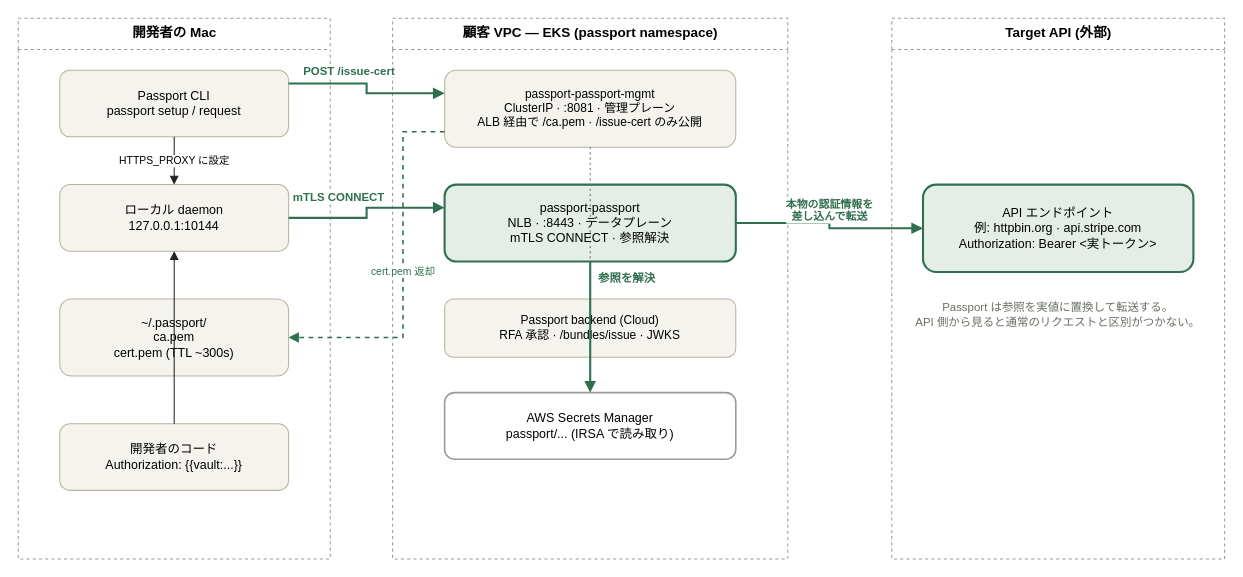
The draw.io diagram assets/architecture.drawio in yokawasa/passport-aws-sandbox, before the edit. Source tidied: cells renumbered, new cells numbered last; positions are measured from the earlier drawing's top-left corner, leaving out a move shared by most shapes. Both pictures are drawn from the tidied source at 104%, with x=0, y=0 at pixel (18, 18).
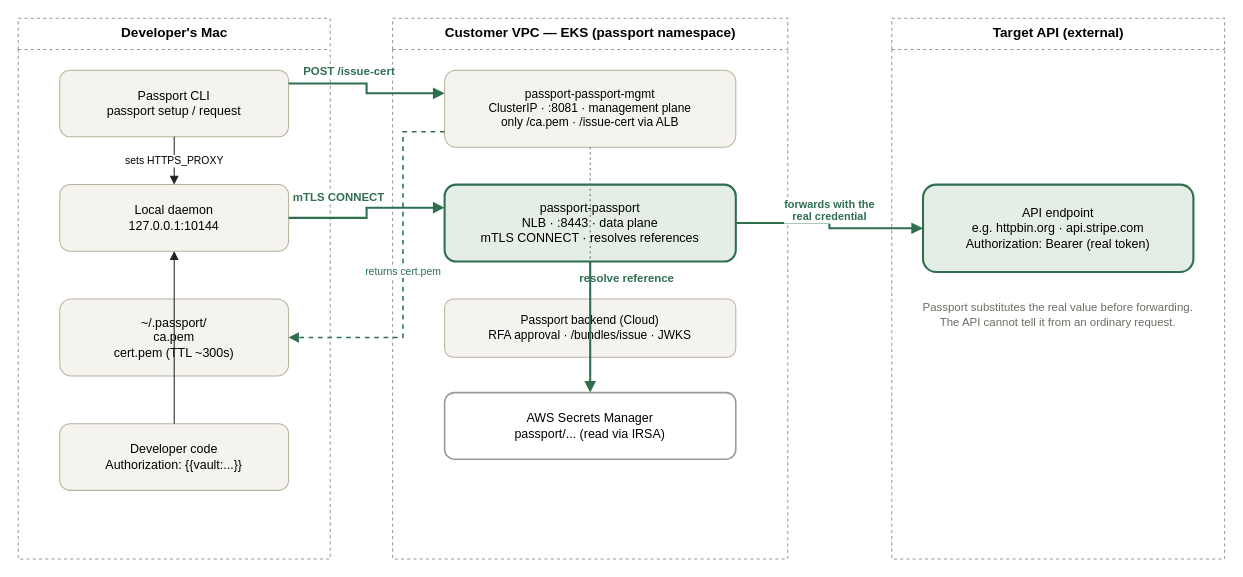
Above is the later version.

Commit message (it also covers changes not shown here):
docs: translate the architecture diagram to English

All node and edge labels in architecture.drawio were Japanese, so the
English README embedded a Japanese diagram. Translate them and re-export
the PNG.

"Authorization: Bearer <real token>" is written with parentheses rather
than angle brackets: drawio treats &lt;...&gt; in a label as markup and
drops it, which silently truncated the line in the export.

Unchanged cells that the change refers to:
```xml
<mxCell id="3" value="Passport CLI&#10;passport setup / request" style="rounded=1;whiteSpace=wrap;html=1;fillColor=#f5f3ee;strokeColor=#b9b29f;fontSize=12;align=center;" parent="2" vertex="1">
  <mxGeometry x="40" y="50" width="220" height="64" as="geometry" />
</mxCell>
<mxCell id="5" value="~/.passport/&#10;ca.pem&#10;cert.pem (TTL ~300s)" style="rounded=1;whiteSpace=wrap;html=1;fillColor=#f5f3ee;strokeColor=#b9b29f;fontSize=12;align=center;" parent="2" vertex="1">
  <mxGeometry x="40" y="270" width="220" height="74" as="geometry" />
</mxCell>
```

The edit, as a diff of the source:
```diff
@@
-    <mxCell id="2" value="開発者の Mac" style="swimlane;startSize=30;fillColor=none;strokeColor=#999999;dashed=1;fontStyle=1;fontSize=13;align=center;verticalAlign=top;html=1;" parent="1" vertex="1">
+    <mxCell id="2" value="Developer's Mac" style="swimlane;startSize=30;fillColor=none;strokeColor=#999999;dashed=1;fontStyle=1;fontSize=13;align=center;verticalAlign=top;html=1;" parent="1" vertex="1">
       <mxGeometry width="300" height="520" as="geometry" />
     </mxCell>
@@
-    <mxCell id="4" value="ローカル daemon&#10;127.0.0.1:10144" style="rounded=1;whiteSpace=wrap;html=1;fillColor=#f5f3ee;strokeColor=#b9b29f;fontSize=12;align=center;" parent="2" vertex="1">
+    <mxCell id="4" value="Local daemon&#10;127.0.0.1:10144" style="rounded=1;whiteSpace=wrap;html=1;fillColor=#f5f3ee;strokeColor=#b9b29f;fontSize=12;align=center;" parent="2" vertex="1">
       <mxGeometry x="40" y="160" width="220" height="64" as="geometry" />
     </mxCell>
@@
-    <mxCell id="6" value="開発者のコード&#10;Authorization: {{vault:...}}" style="rounded=1;whiteSpace=wrap;html=1;fillColor=#f5f3ee;strokeColor=#b9b29f;fontSize=12;align=center;" parent="2" vertex="1">
+    <mxCell id="6" value="Developer code&#10;Authorization: {{vault:...}}" style="rounded=1;whiteSpace=wrap;html=1;fillColor=#f5f3ee;strokeColor=#b9b29f;fontSize=12;align=center;" parent="2" vertex="1">
       <mxGeometry x="40" y="390" width="220" height="64" as="geometry" />
     </mxCell>
@@
-    <mxCell id="8" value="HTTPS_PROXY に設定" style="edgeStyle=orthogonalEdgeStyle;rounded=0;html=1;endArrow=block;strokeColor=#1e2328;fontSize=10;" parent="1" edge="1" source="3" target="4">
+    <mxCell id="8" value="sets HTTPS_PROXY" style="edgeStyle=orthogonalEdgeStyle;rounded=0;html=1;endArrow=block;strokeColor=#1e2328;fontSize=10;" parent="1" edge="1" source="3" target="4">
       <mxGeometry relative="1" as="geometry" />
     </mxCell>
-    <mxCell id="9" value="顧客 VPC — EKS (passport namespace)" style="swimlane;startSize=30;fillColor=none;strokeColor=#999999;dashed=1;fontStyle=1;fontSize=13;align=center;verticalAlign=top;html=1;" parent="1" vertex="1">
+    <mxCell id="9" value="Customer VPC — EKS (passport namespace)" style="swimlane;startSize=30;fillColor=none;strokeColor=#999999;dashed=1;fontStyle=1;fontSize=13;align=center;verticalAlign=top;html=1;" parent="1" vertex="1">
       <mxGeometry x="360" width="380" height="520" as="geometry" />
     </mxCell>
-    <mxCell id="10" value="passport-passport-mgmt&#10;ClusterIP · :8081 · 管理プレーン&#10;ALB 経由で /ca.pem · /issue-cert のみ公開" style="rounded=1;whiteSpace=wrap;html=1;fillColor=#f5f3ee;strokeColor=#b9b29f;fontSize=11.5;align=center;" parent="9" vertex="1">
+    <mxCell id="10" value="passport-passport-mgmt&#10;ClusterIP · :8081 · management plane&#10;only /ca.pem · /issue-cert via ALB" style="rounded=1;whiteSpace=wrap;html=1;fillColor=#f5f3ee;strokeColor=#b9b29f;fontSize=11.5;align=center;" parent="9" vertex="1">
       <mxGeometry x="50" y="50" width="280" height="74" as="geometry" />
     </mxCell>
-    <mxCell id="11" value="passport-passport&#10;NLB · :8443 · データプレーン&#10;mTLS CONNECT · 参照解決" style="rounded=1;whiteSpace=wrap;html=1;fillColor=#e4ede6;strokeColor=#2f6f4f;strokeWidth=2;fontSize=12;align=center;" parent="9" vertex="1">
+    <mxCell id="11" value="passport-passport&#10;NLB · :8443 · data plane&#10;mTLS CONNECT · resolves references" style="rounded=1;whiteSpace=wrap;html=1;fillColor=#e4ede6;strokeColor=#2f6f4f;strokeWidth=2;fontSize=12;align=center;" parent="9" vertex="1">
       <mxGeometry x="50" y="160" width="280" height="74" as="geometry" />
     </mxCell>
-    <mxCell id="12" value="Passport backend (Cloud)&#10;RFA 承認 · /bundles/issue · JWKS" style="rounded=1;whiteSpace=wrap;html=1;fillColor=#f5f3ee;strokeColor=#b9b29f;fontSize=11.5;align=center;" parent="9" vertex="1">
+    <mxCell id="12" value="Passport backend (Cloud)&#10;RFA approval · /bundles/issue · JWKS" style="rounded=1;whiteSpace=wrap;html=1;fillColor=#f5f3ee;strokeColor=#b9b29f;fontSize=11.5;align=center;" parent="9" vertex="1">
       <mxGeometry x="50" y="270" width="280" height="56" as="geometry" />
     </mxCell>
-    <mxCell id="13" value="AWS Secrets Manager&#10;passport/... (IRSA で読み取り)" style="rounded=1;whiteSpace=wrap;html=1;fillColor=#ffffff;strokeColor=#999999;strokeWidth=1.5;fontSize=12;align=center;" parent="9" vertex="1">
+    <mxCell id="13" value="AWS Secrets Manager&#10;passport/... (read via IRSA)" style="rounded=1;whiteSpace=wrap;html=1;fillColor=#ffffff;strokeColor=#999999;strokeWidth=1.5;fontSize=12;align=center;" parent="9" vertex="1">
       <mxGeometry x="50" y="360" width="280" height="64" as="geometry" />
     </mxCell>
-    <mxCell id="14" value="&lt;span style=&quot;color: rgb(47 , 111 , 79) ; font-size: 11px ; font-weight: 700 ; background-color: rgb(255 , 255 , 255)&quot;&gt;参照を解決&lt;/span&gt;" style="text;html=1;align=center;verticalAlign=middle;fillColor=none;strokeColor=none;rounded=0;" parent="9" vertex="1">
+    <mxCell id="14" value="&lt;span style=&quot;color: rgb(47 , 111 , 79) ; font-size: 11px ; font-weight: 700 ; background-color: rgb(255 , 255 , 255)&quot;&gt;resolve reference&lt;/span&gt;" style="text;html=1;align=center;verticalAlign=middle;fillColor=none;strokeColor=none;rounded=0;" parent="9" vertex="1">
       <mxGeometry x="190" y="240" width="70" height="20" as="geometry" />
     </mxCell>
@@
-    <mxCell id="18" value="cert.pem 返却" style="edgeStyle=orthogonalEdgeStyle;rounded=0;html=1;dashed=1;endArrow=block;strokeColor=#2f6f4f;strokeWidth=1.5;fontSize=10;fontColor=#2f6f4f;exitX=0;exitY=0.8;entryX=1;entryY=0.5;" parent="1" edge="1" source="10" target="5">
+    <mxCell id="18" value="returns cert.pem" style="edgeStyle=orthogonalEdgeStyle;rounded=0;html=1;dashed=1;endArrow=block;strokeColor=#2f6f4f;strokeWidth=1.5;fontSize=10;fontColor=#2f6f4f;exitX=0;exitY=0.8;entryX=1;entryY=0.5;" parent="1" edge="1" source="10" target="5">
       <mxGeometry relative="1" as="geometry">
         <Array as="points">
           <mxPoint x="370" y="109" />
           <mxPoint x="370" y="307" />
         </Array>
       </mxGeometry>
     </mxCell>
@@
-    <mxCell id="20" value="Target API (外部)" style="swimlane;startSize=30;fillColor=none;strokeColor=#999999;dashed=1;fontStyle=1;fontSize=13;align=center;verticalAlign=top;html=1;" parent="1" vertex="1">
+    <mxCell id="20" value="Target API (external)" style="swimlane;startSize=30;fillColor=none;strokeColor=#999999;dashed=1;fontStyle=1;fontSize=13;align=center;verticalAlign=top;html=1;" parent="1" vertex="1">
       <mxGeometry x="840" width="320" height="520" as="geometry" />
     </mxCell>
-    <mxCell id="21" value="API エンドポイント&#10;例: httpbin.org · api.stripe.com&#10;Authorization: Bearer &lt;実トークン&gt;" style="rounded=1;whiteSpace=wrap;html=1;fillColor=#e4ede6;strokeColor=#2f6f4f;strokeWidth=2;fontSize=12;align=center;" parent="20" vertex="1">
+    <mxCell id="21" value="API endpoint&#10;e.g. httpbin.org · api.stripe.com&#10;Authorization: Bearer (real token)" style="rounded=1;whiteSpace=wrap;html=1;fillColor=#e4ede6;strokeColor=#2f6f4f;strokeWidth=2;fontSize=12;align=center;" parent="20" vertex="1">
       <mxGeometry x="30" y="160" width="260" height="84" as="geometry" />
     </mxCell>
-    <mxCell id="22" value="Passport は参照を実値に置換して転送する。&#10;API 側から見ると通常のリクエストと区別がつかない。" style="text;html=1;whiteSpace=wrap;align=center;verticalAlign=middle;fillColor=none;strokeColor=none;fontSize=11;fontColor=#686f63;" parent="20" vertex="1">
+    <mxCell id="22" value="Passport substitutes the real value before forwarding.&#10;The API cannot tell it from an ordinary request." style="text;html=1;whiteSpace=wrap;align=center;verticalAlign=middle;fillColor=none;strokeColor=none;fontSize=11;fontColor=#686f63;" parent="20" vertex="1">
       <mxGeometry x="20" y="260" width="280" height="50" as="geometry" />
     </mxCell>
-    <mxCell id="23" value="本物の認証情報を&#10;差し込んで転送" style="edgeStyle=orthogonalEdgeStyle;rounded=0;html=1;endArrow=block;strokeColor=#2f6f4f;strokeWidth=2;fontSize=10.5;fontColor=#2f6f4f;fontStyle=1;exitX=1;exitY=0.5;entryX=0;entryY=0.5;verticalAlign=bottom;labelBackgroundColor=#ffffff;" parent="1" edge="1" source="11" target="21">
+    <mxCell id="23" value="forwards with the&#10;real credential" style="edgeStyle=orthogonalEdgeStyle;rounded=0;html=1;endArrow=block;strokeColor=#2f6f4f;strokeWidth=2;fontSize=10.5;fontColor=#2f6f4f;fontStyle=1;exitX=1;exitY=0.5;entryX=0;entryY=0.5;verticalAlign=bottom;labelBackgroundColor=#ffffff;" parent="1" edge="1" source="11" target="21">
       <mxGeometry relative="1" as="geometry" />
     </mxCell>
```
